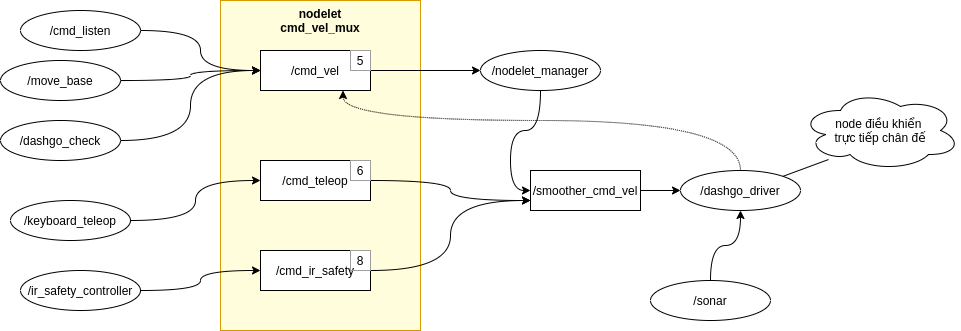
Above: figures/phanquen-dexuat.png in Huyhust13/luanvanCH (draw.io), before the change. Source tidied: cells renumbered, new cells last; positions are measured from the earlier drawing's top-left corner, leaving out a move shared by most shapes.
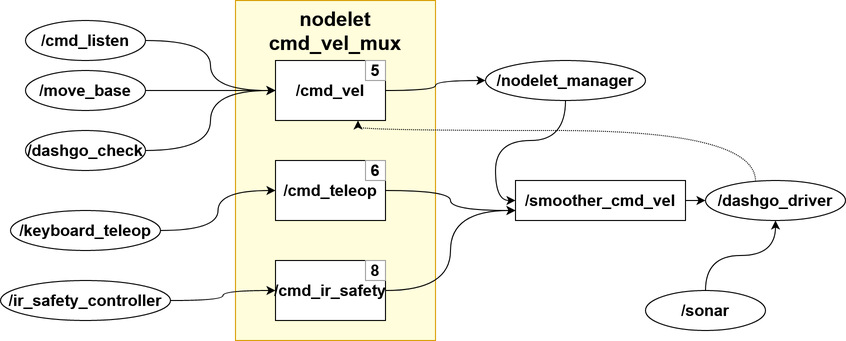
After the change.

Diff of the diagram source:
```diff
@@ -2,28 +2,28 @@
   <root>
     <mxCell id="0" />
     <mxCell id="1" parent="0" />
-    <mxCell id="2" value="nodelet&lt;br&gt;cmd_vel_mux" style="rounded=0;whiteSpace=wrap;html=1;verticalAlign=top;fillColor=#FFFDDB;strokeColor=#d79b00;fontStyle=1;" parent="1" vertex="1">
-      <mxGeometry x="220" width="200" height="330" as="geometry" />
+    <mxCell id="2" value="nodelet&lt;br style=&quot;font-size: 20px;&quot;&gt;cmd_vel_mux" style="rounded=0;whiteSpace=wrap;html=1;verticalAlign=top;fillColor=#FFFDDB;strokeColor=#d79b00;fontStyle=1;fontSize=20;" parent="1" vertex="1">
+      <mxGeometry x="220" y="-10" width="200" height="340" as="geometry" />
     </mxCell>
-    <mxCell id="3" style="edgeStyle=orthogonalEdgeStyle;curved=1;rounded=0;jettySize=auto;html=1;entryX=0;entryY=0.5;entryDx=0;entryDy=0;" parent="1" edge="1" source="4" target="8">
+    <mxCell id="3" style="edgeStyle=orthogonalEdgeStyle;curved=1;rounded=0;jettySize=auto;html=1;entryX=0;entryY=0.5;entryDx=0;entryDy=0;fontSize=16;fontStyle=1;" parent="1" edge="1" source="4" target="8">
       <mxGeometry relative="1" as="geometry" />
     </mxCell>
-    <mxCell id="4" value="/nodelet_manager" style="ellipse;whiteSpace=wrap;html=1;" parent="1" vertex="1">
-      <mxGeometry x="480" y="50" width="120" height="40" as="geometry" />
+    <mxCell id="4" value="/nodelet_manager" style="ellipse;whiteSpace=wrap;html=1;fontSize=16;fontStyle=1;" parent="1" vertex="1">
+      <mxGeometry x="470" y="50" width="160" height="40" as="geometry" />
     </mxCell>
-    <mxCell id="5" style="edgeStyle=orthogonalEdgeStyle;rounded=0;jettySize=auto;html=1;entryX=0;entryY=0.5;entryDx=0;entryDy=0;curved=1;" parent="1" edge="1" source="6" target="4">
+    <mxCell id="5" style="edgeStyle=orthogonalEdgeStyle;rounded=0;jettySize=auto;html=1;entryX=0;entryY=0.5;entryDx=0;entryDy=0;curved=1;fontSize=16;fontStyle=1;" parent="1" edge="1" source="6" target="4">
       <mxGeometry relative="1" as="geometry" />
     </mxCell>
-    <mxCell id="6" value="&lt;span style=&quot;white-space: normal&quot;&gt;/cmd_vel&lt;/span&gt;" style="rounded=0;whiteSpace=wrap;html=1;" parent="1" vertex="1">
-      <mxGeometry x="260" y="50" width="110" height="40" as="geometry" />
+    <mxCell id="6" value="&lt;span style=&quot;white-space: normal; font-size: 16px;&quot;&gt;/cmd_vel&lt;/span&gt;" style="rounded=0;whiteSpace=wrap;html=1;fontSize=16;fontStyle=1;" parent="1" vertex="1">
+      <mxGeometry x="260" y="50" width="110" height="60" as="geometry" />
     </mxCell>
-    <mxCell id="7" style="edgeStyle=orthogonalEdgeStyle;curved=1;rounded=0;jettySize=auto;html=1;" parent="1" edge="1" source="8" target="10">
+    <mxCell id="7" style="edgeStyle=orthogonalEdgeStyle;curved=1;rounded=0;jettySize=auto;html=1;fontSize=16;fontStyle=1;" parent="1" edge="1" source="8" target="10">
       <mxGeometry relative="1" as="geometry" />
     </mxCell>
-    <mxCell id="8" value="&lt;span style=&quot;white-space: normal&quot;&gt;/smoother_cmd_vel&lt;/span&gt;" style="rounded=0;whiteSpace=wrap;html=1;" parent="1" vertex="1">
-      <mxGeometry x="530" y="170" width="110" height="40" as="geometry" />
+    <mxCell id="8" value="&lt;span style=&quot;white-space: normal; font-size: 16px;&quot;&gt;/smoother_cmd_vel&lt;/span&gt;" style="rounded=0;whiteSpace=wrap;html=1;fontSize=16;fontStyle=1;" parent="1" vertex="1">
+      <mxGeometry x="500" y="170" width="170" height="40" as="geometry" />
     </mxCell>
-    <mxCell id="9" style="edgeStyle=orthogonalEdgeStyle;curved=1;rounded=0;jettySize=auto;html=1;entryX=0.75;entryY=1;entryDx=0;entryDy=0;dashed=1;dashPattern=1 1;" parent="1" edge="1" source="10" target="6">
+    <mxCell id="9" style="edgeStyle=orthogonalEdgeStyle;curved=1;rounded=0;jettySize=auto;html=1;entryX=0.75;entryY=1;entryDx=0;entryDy=0;dashed=1;dashPattern=1 1;fontSize=16;fontStyle=1;" parent="1" edge="1" source="10" target="6">
       <mxGeometry relative="1" as="geometry">
         <Array as="points">
           <mxPoint x="740" y="120" />
@@ -31,71 +31,65 @@
         </Array>
       </mxGeometry>
     </mxCell>
-    <mxCell id="10" value="/dashgo_driver" style="ellipse;whiteSpace=wrap;html=1;" parent="1" vertex="1">
-      <mxGeometry x="680" y="170" width="120" height="40" as="geometry" />
+    <mxCell id="10" value="/dashgo_driver" style="ellipse;whiteSpace=wrap;html=1;fontSize=16;fontStyle=1;" parent="1" vertex="1">
+      <mxGeometry x="690" y="170" width="140" height="40" as="geometry" />
     </mxCell>
-    <mxCell id="11" value="node điều khiển &lt;br&gt;trực tiếp chân đế" style="ellipse;shape=cloud;whiteSpace=wrap;html=1;" parent="1" vertex="1">
-      <mxGeometry x="800" y="90" width="160" height="80" as="geometry" />
+    <mxCell id="11" style="edgeStyle=orthogonalEdgeStyle;curved=1;rounded=0;jettySize=auto;html=1;exitX=1;exitY=0.5;exitDx=0;exitDy=0;entryX=0;entryY=0.5;entryDx=0;entryDy=0;fontSize=16;fontStyle=1;" parent="1" edge="1" source="12" target="6">
+      <mxGeometry relative="1" as="geometry" />
     </mxCell>
-    <mxCell id="12" style="endArrow=none;html=1;exitX=1;exitY=0;exitDx=0;exitDy=0;entryX=0.175;entryY=0.863;entryDx=0;entryDy=0;entryPerimeter=0;" parent="1" edge="1" source="10" target="11">
-      <mxGeometry relative="1" as="geometry" />
+    <mxCell id="12" value="/cmd_listen" style="ellipse;whiteSpace=wrap;html=1;fontSize=16;fontStyle=1;" parent="1" vertex="1">
+      <mxGeometry x="10" y="10" width="120" height="40" as="geometry" />
     </mxCell>
-    <mxCell id="13" style="edgeStyle=orthogonalEdgeStyle;curved=1;rounded=0;jettySize=auto;html=1;exitX=1;exitY=0.5;exitDx=0;exitDy=0;entryX=0;entryY=0.5;entryDx=0;entryDy=0;" parent="1" edge="1" source="14" target="6">
+    <mxCell id="13" style="edgeStyle=orthogonalEdgeStyle;curved=1;rounded=0;jettySize=auto;html=1;entryX=0;entryY=0.5;entryDx=0;entryDy=0;fontSize=16;fontStyle=1;" parent="1" edge="1" source="14" target="6">
       <mxGeometry relative="1" as="geometry" />
     </mxCell>
-    <mxCell id="14" value="/cmd_listen" style="ellipse;whiteSpace=wrap;html=1;" parent="1" vertex="1">
-      <mxGeometry x="20" y="10" width="120" height="40" as="geometry" />
+    <mxCell id="14" value="/move_base" style="ellipse;whiteSpace=wrap;html=1;fontSize=16;fontStyle=1;" parent="1" vertex="1">
+      <mxGeometry x="10" y="60" width="120" height="40" as="geometry" />
     </mxCell>
-    <mxCell id="15" style="edgeStyle=orthogonalEdgeStyle;curved=1;rounded=0;jettySize=auto;html=1;entryX=0;entryY=0.5;entryDx=0;entryDy=0;" parent="1" edge="1" source="16" target="6">
+    <mxCell id="15" style="edgeStyle=orthogonalEdgeStyle;curved=1;rounded=0;jettySize=auto;html=1;entryX=0;entryY=0.5;entryDx=0;entryDy=0;fontSize=16;fontStyle=1;" parent="1" edge="1" source="16" target="6">
       <mxGeometry relative="1" as="geometry" />
     </mxCell>
-    <mxCell id="16" value="/move_base" style="ellipse;whiteSpace=wrap;html=1;" parent="1" vertex="1">
-      <mxGeometry y="60" width="120" height="40" as="geometry" />
+    <mxCell id="16" value="/dashgo_check" style="ellipse;whiteSpace=wrap;html=1;fontSize=16;fontStyle=1;" parent="1" vertex="1">
+      <mxGeometry x="10" y="120" width="120" height="40" as="geometry" />
     </mxCell>
-    <mxCell id="17" style="edgeStyle=orthogonalEdgeStyle;curved=1;rounded=0;jettySize=auto;html=1;entryX=0;entryY=0.5;entryDx=0;entryDy=0;" parent="1" edge="1" source="18" target="6">
+    <mxCell id="17" style="edgeStyle=orthogonalEdgeStyle;curved=1;rounded=0;jettySize=auto;html=1;entryX=0;entryY=0.75;entryDx=0;entryDy=0;fontSize=16;fontStyle=1;" parent="1" edge="1" source="23" target="8">
       <mxGeometry relative="1" as="geometry" />
     </mxCell>
-    <mxCell id="18" value="/dashgo_check" style="ellipse;whiteSpace=wrap;html=1;" parent="1" vertex="1">
-      <mxGeometry y="120" width="120" height="40" as="geometry" />
+    <mxCell id="18" value="/keyboard_teleop" style="ellipse;whiteSpace=wrap;html=1;fontSize=16;fontStyle=1;" parent="1" vertex="1">
+      <mxGeometry x="-5" y="200" width="150" height="40" as="geometry" />
     </mxCell>
-    <mxCell id="19" style="edgeStyle=orthogonalEdgeStyle;curved=1;rounded=0;jettySize=auto;html=1;entryX=0;entryY=0.75;entryDx=0;entryDy=0;" parent="1" edge="1" source="25" target="8">
+    <mxCell id="19" style="edgeStyle=orthogonalEdgeStyle;curved=1;rounded=0;jettySize=auto;html=1;entryX=0;entryY=0.75;entryDx=0;entryDy=0;fontSize=16;fontStyle=1;" parent="1" edge="1" source="25" target="8">
       <mxGeometry relative="1" as="geometry" />
     </mxCell>
-    <mxCell id="20" value="/keyboard_teleop" style="ellipse;whiteSpace=wrap;html=1;" parent="1" vertex="1">
-      <mxGeometry x="10" y="200" width="120" height="40" as="geometry" />
+    <mxCell id="20" value="/ir_safety_controller" style="ellipse;whiteSpace=wrap;html=1;fontSize=16;fontStyle=1;" parent="1" vertex="1">
+      <mxGeometry x="-15" y="270" width="170" height="40" as="geometry" />
     </mxCell>
-    <mxCell id="21" style="edgeStyle=orthogonalEdgeStyle;curved=1;rounded=0;jettySize=auto;html=1;entryX=0;entryY=0.75;entryDx=0;entryDy=0;" parent="1" edge="1" source="27" target="8">
+    <mxCell id="21" style="edgeStyle=orthogonalEdgeStyle;curved=1;rounded=0;jettySize=auto;html=1;entryX=0.5;entryY=1;entryDx=0;entryDy=0;fontSize=16;fontStyle=1;" parent="1" edge="1" source="22" target="10">
       <mxGeometry relative="1" as="geometry" />
     </mxCell>
-    <mxCell id="22" value="/ir_safety_controller" style="ellipse;whiteSpace=wrap;html=1;" parent="1" vertex="1">
-      <mxGeometry x="20" y="270" width="120" height="40" as="geometry" />
+    <mxCell id="22" value="/sonar" style="ellipse;whiteSpace=wrap;html=1;fontSize=16;fontStyle=1;" parent="1" vertex="1">
+      <mxGeometry x="630" y="280" width="120" height="40" as="geometry" />
     </mxCell>
-    <mxCell id="23" style="edgeStyle=orthogonalEdgeStyle;curved=1;rounded=0;jettySize=auto;html=1;entryX=0.5;entryY=1;entryDx=0;entryDy=0;" parent="1" edge="1" source="24" target="10">
-      <mxGeometry relative="1" as="geometry" />
+    <mxCell id="23" value="&lt;span style=&quot;white-space: normal; font-size: 16px;&quot;&gt;/cmd_teleop&lt;/span&gt;" style="rounded=0;whiteSpace=wrap;html=1;fontSize=16;fontStyle=1;" parent="1" vertex="1">
+      <mxGeometry x="260" y="150" width="110" height="60" as="geometry" />
     </mxCell>
-    <mxCell id="24" value="/sonar" style="ellipse;whiteSpace=wrap;html=1;" parent="1" vertex="1">
-      <mxGeometry x="650" y="280" width="120" height="40" as="geometry" />
+    <mxCell id="24" style="edgeStyle=orthogonalEdgeStyle;curved=1;rounded=0;jettySize=auto;html=1;entryX=0;entryY=0.5;entryDx=0;entryDy=0;fontSize=16;fontStyle=1;" parent="1" edge="1" source="18" target="23">
+      <mxGeometry relative="1" as="geometry" />
     </mxCell>
-    <mxCell id="25" value="&lt;span style=&quot;white-space: normal&quot;&gt;/cmd_teleop&lt;/span&gt;" style="rounded=0;whiteSpace=wrap;html=1;" parent="1" vertex="1">
-      <mxGeometry x="260" y="160" width="110" height="40" as="geometry" />
+    <mxCell id="25" value="&lt;span style=&quot;white-space: normal; font-size: 16px;&quot;&gt;/cmd_ir_safety&lt;br style=&quot;font-size: 16px;&quot;&gt;&lt;/span&gt;" style="rounded=0;whiteSpace=wrap;html=1;fontSize=16;fontStyle=1;" parent="1" vertex="1">
+      <mxGeometry x="260" y="250" width="110" height="60" as="geometry" />
     </mxCell>
-    <mxCell id="26" style="edgeStyle=orthogonalEdgeStyle;curved=1;rounded=0;jettySize=auto;html=1;entryX=0;entryY=0.5;entryDx=0;entryDy=0;" parent="1" edge="1" source="20" target="25">
+    <mxCell id="26" style="edgeStyle=orthogonalEdgeStyle;curved=1;rounded=0;jettySize=auto;html=1;entryX=0;entryY=0.5;entryDx=0;entryDy=0;fontSize=16;fontStyle=1;" parent="1" edge="1" source="20" target="25">
       <mxGeometry relative="1" as="geometry" />
     </mxCell>
-    <mxCell id="27" value="&lt;span style=&quot;white-space: normal&quot;&gt;/cmd_ir_safety&lt;br&gt;&lt;/span&gt;" style="rounded=0;whiteSpace=wrap;html=1;" parent="1" vertex="1">
-      <mxGeometry x="260" y="250" width="110" height="40" as="geometry" />
+    <mxCell id="27" value="5" style="text;html=1;strokeColor=#9E9E9E;fillColor=none;align=center;verticalAlign=middle;whiteSpace=wrap;rounded=0;fontSize=16;fontStyle=1;" parent="1" vertex="1">
+      <mxGeometry x="350" y="50" width="20" height="20" as="geometry" />
     </mxCell>
-    <mxCell id="28" style="edgeStyle=orthogonalEdgeStyle;curved=1;rounded=0;jettySize=auto;html=1;entryX=0;entryY=0.5;entryDx=0;entryDy=0;" parent="1" edge="1" source="22" target="27">
-      <mxGeometry relative="1" as="geometry" />
+    <mxCell id="28" value="6" style="text;html=1;strokeColor=#9E9E9E;fillColor=none;align=center;verticalAlign=middle;whiteSpace=wrap;rounded=0;fontSize=16;fontStyle=1;" parent="1" vertex="1">
+      <mxGeometry x="350" y="150" width="20" height="20" as="geometry" />
     </mxCell>
-    <mxCell id="29" value="5" style="text;html=1;strokeColor=#9E9E9E;fillColor=none;align=center;verticalAlign=middle;whiteSpace=wrap;rounded=0;" parent="1" vertex="1">
-      <mxGeometry x="350" y="50" width="20" height="20" as="geometry" />
+    <mxCell id="29" value="8" style="text;html=1;strokeColor=#9E9E9E;fillColor=none;align=center;verticalAlign=middle;whiteSpace=wrap;rounded=0;fontSize=16;fontStyle=1;" parent="1" vertex="1">
+      <mxGeometry x="350" y="250" width="20" height="20" as="geometry" />
     </mxCell>
-    <mxCell id="30" value="6" style="text;html=1;strokeColor=#9E9E9E;fillColor=none;align=center;verticalAlign=middle;whiteSpace=wrap;rounded=0;" parent="1" vertex="1">
-      <mxGeometry x="350" y="160" width="20" height="20" as="geometry" />
-    </mxCell>
-    <mxCell id="31" value="8" style="text;html=1;strokeColor=#9E9E9E;fillColor=none;align=center;verticalAlign=middle;whiteSpace=wrap;rounded=0;" parent="1" vertex="1">
-      <mxGeometry x="350" y="250" width="20" height="20" as="geometry" />
-    </mxCell>
   </root>
 </mxGraphModel>
```
